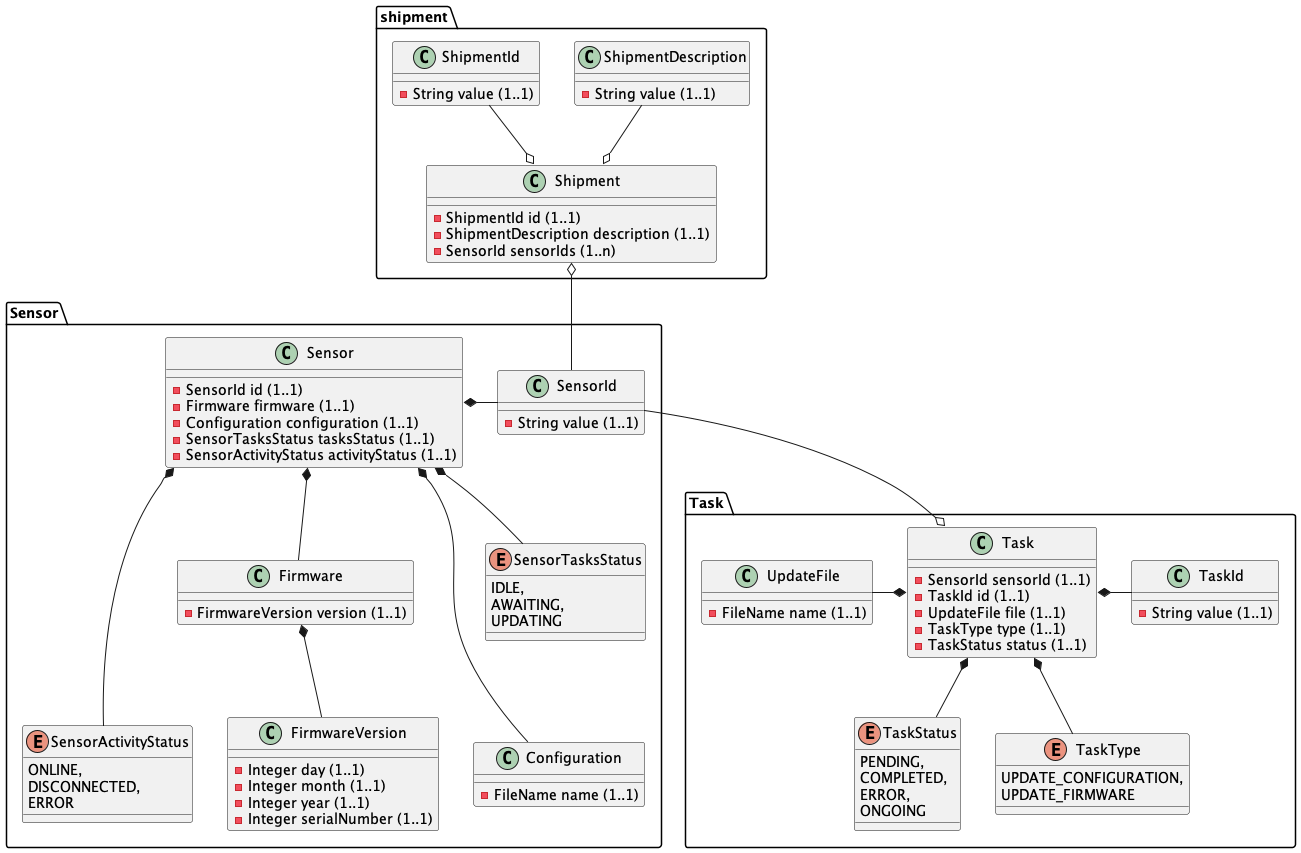
Above: docs/images/DomainModel.png in AboutCodingBE/validation-excercise (PlantUML), before the change.
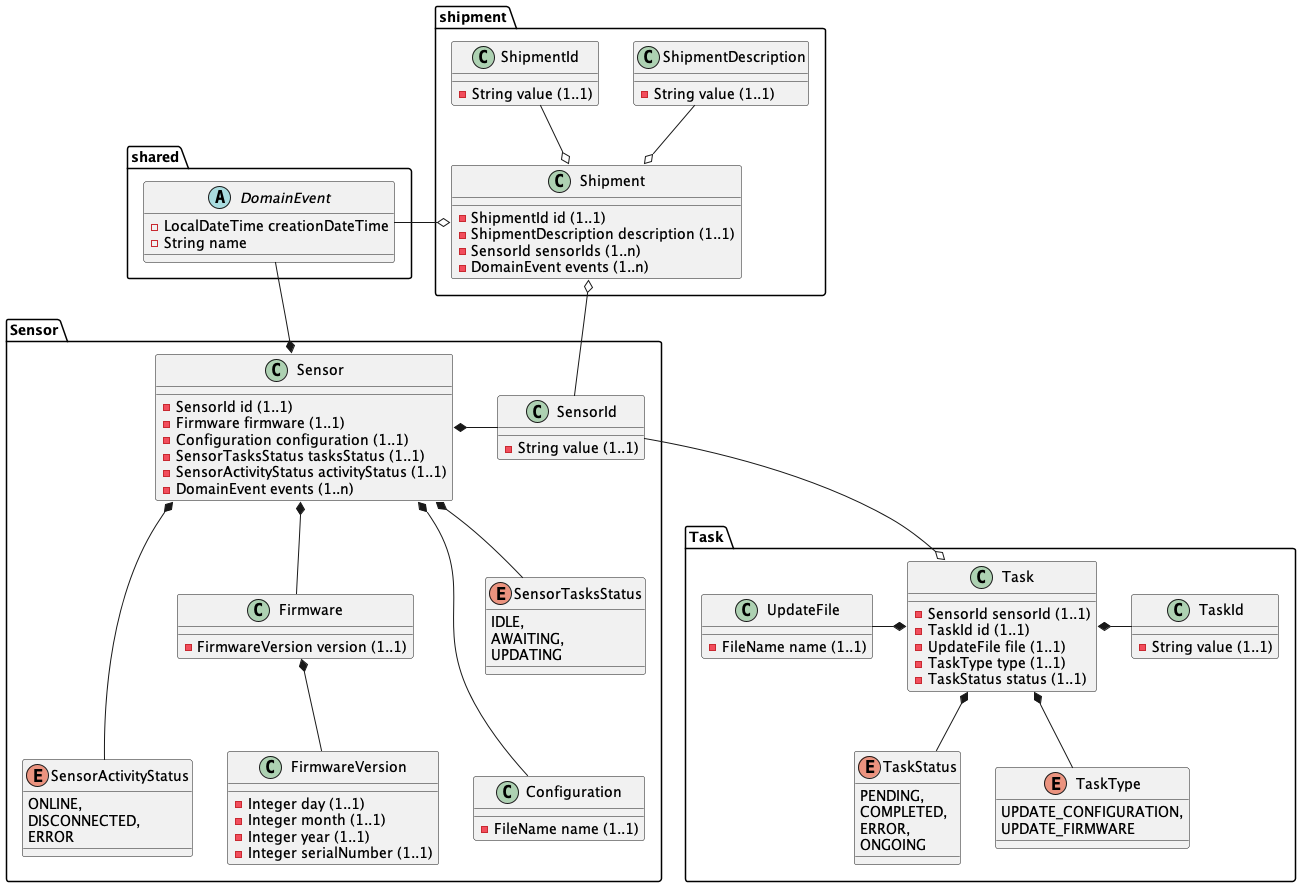
After the commit.

Diff of the diagram source:
```diff
@@ -1,10 +1,18 @@
 @startuml
+
+package shared {
+    abstract class DomainEvent {
+        -LocalDateTime creationDateTime
+        -String name
+    }
+}
 
 package shipment {
   class Shipment {
     -ShipmentId id (1..1)
     -ShipmentDescription description (1..1)
     -SensorId sensorIds (1..n)
+    -DomainEvent events (1..n)
   }
 
   class ShipmentId {
@@ -12,11 +20,14 @@
   }
 
   class ShipmentDescription {
-    -String value (1..1)
-  }
+      -String value (1..1)
+    }
 
   Shipment o-up- ShipmentId
   Shipment o-up- ShipmentDescription
+
+  Shipment o-right- DomainEvent
+
 }
 
 
@@ -27,6 +38,7 @@
       -Configuration configuration (1..1)
       -SensorTasksStatus tasksStatus (1..1)
       -SensorActivityStatus activityStatus (1..1)
+      -DomainEvent events (1..n)
     }
 
     class SensorId {
@@ -65,6 +77,7 @@
     Sensor *-down-- Configuration
     Sensor *-down- SensorTasksStatus
     Sensor *-down-- SensorActivityStatus
+    Sensor *-up- DomainEvent
     Firmware *-down- FirmwareVersion
 }
 
```
